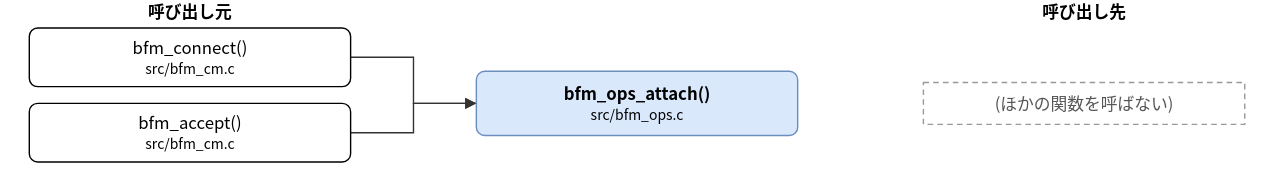
hf355051012-ai/bfmem keeps this draw.io diagram as doc/spec/images/call_src_bfm_ops__bfm_ops_attach.drawio.svg. Above is the earlier version. Source tidied: cells renumbered, new cells last; positions are measured from the earlier drawing's top-left corner, leaving out a move shared by most shapes. Source of this version:
```xml
<mxGraphModel>
  <root>
    <mxCell id="0" />
    <mxCell id="1" parent="0" />
    <mxCell id="2" value="bfm_ops_attach()&lt;br&gt;&lt;font style=&quot;font-size:10px&quot;&gt;src/bfm_ops.c&lt;/font&gt;" style="rounded=1;whiteSpace=wrap;html=1;fillColor=#dae8fc;strokeColor=#6c8ebf;fontStyle=1;" parent="1" vertex="1">
      <mxGeometry x="320" y="51" width="230" height="46" as="geometry" />
    </mxCell>
    <mxCell id="3" value="bfm_connect()&lt;br&gt;&lt;font style=&quot;font-size:10px&quot;&gt;src/bfm_cm.c&lt;/font&gt;" style="rounded=1;whiteSpace=wrap;html=1;" parent="1" vertex="1">
      <mxGeometry y="20" width="230" height="42" as="geometry" />
    </mxCell>
    <mxCell id="4" value="bfm_accept()&lt;br&gt;&lt;font style=&quot;font-size:10px&quot;&gt;src/bfm_cm.c&lt;/font&gt;" style="rounded=1;whiteSpace=wrap;html=1;" parent="1" vertex="1">
      <mxGeometry y="74" width="230" height="42" as="geometry" />
    </mxCell>
    <mxCell id="5" value="(ほかの関数を呼ばない)" style="rounded=0;whiteSpace=wrap;html=1;dashed=1;strokeColor=#999999;fontColor=#555555;dashed=1;" parent="1" vertex="1">
      <mxGeometry x="640" y="59" width="230" height="30" as="geometry" />
    </mxCell>
    <mxCell id="6" style="edgeStyle=none;html=1;rounded=0;endArrow=block;endFill=1;exitX=1.0000;exitY=0.5000;exitDx=0;exitDy=0;exitPerimeter=0;entryX=0.0000;entryY=0.5000;entryDx=0;entryDy=0;entryPerimeter=0;" parent="1" edge="1" source="3" target="2">
      <mxGeometry relative="1" as="geometry">
        <Array as="points">
          <mxPoint x="275" y="41" />
          <mxPoint x="275" y="74" />
        </Array>
      </mxGeometry>
    </mxCell>
    <mxCell id="7" style="edgeStyle=none;html=1;rounded=0;endArrow=block;endFill=1;exitX=1.0000;exitY=0.5000;exitDx=0;exitDy=0;exitPerimeter=0;entryX=0.0000;entryY=0.5000;entryDx=0;entryDy=0;entryPerimeter=0;" parent="1" edge="1" source="4" target="2">
      <mxGeometry relative="1" as="geometry">
        <Array as="points">
          <mxPoint x="275" y="95" />
          <mxPoint x="275" y="74" />
        </Array>
      </mxGeometry>
    </mxCell>
    <mxCell id="8" value="呼び出し元" style="text;html=1;align=center;fontStyle=1;" parent="1" vertex="1">
      <mxGeometry x="35" width="160" height="18" as="geometry" />
    </mxCell>
    <mxCell id="9" value="呼び出し先" style="text;html=1;align=center;fontStyle=1;" parent="1" vertex="1">
      <mxGeometry x="675" width="160" height="18" as="geometry" />
    </mxCell>
  </root>
</mxGraphModel>
```
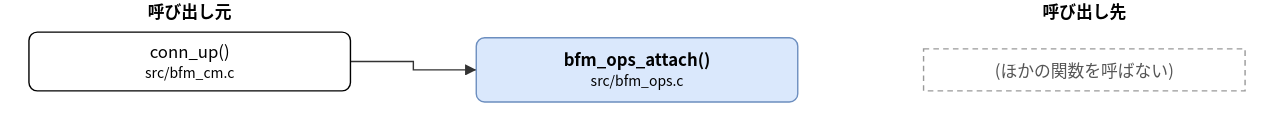
After the commit.

Diff of the diagram source:
```diff
@@ -3,33 +3,22 @@
     <mxCell id="0" />
     <mxCell id="1" parent="0" />
     <mxCell id="2" value="bfm_ops_attach()&lt;br&gt;&lt;font style=&quot;font-size:10px&quot;&gt;src/bfm_ops.c&lt;/font&gt;" style="rounded=1;whiteSpace=wrap;html=1;fillColor=#dae8fc;strokeColor=#6c8ebf;fontStyle=1;" parent="1" vertex="1">
-      <mxGeometry x="320" y="51" width="230" height="46" as="geometry" />
+      <mxGeometry x="320" y="27" width="230" height="46" as="geometry" />
     </mxCell>
-    <mxCell id="3" value="bfm_connect()&lt;br&gt;&lt;font style=&quot;font-size:10px&quot;&gt;src/bfm_cm.c&lt;/font&gt;" style="rounded=1;whiteSpace=wrap;html=1;" parent="1" vertex="1">
-      <mxGeometry y="20" width="230" height="42" as="geometry" />
+    <mxCell id="3" value="conn_up()&lt;br&gt;&lt;font style=&quot;font-size:10px&quot;&gt;src/bfm_cm.c&lt;/font&gt;" style="rounded=1;whiteSpace=wrap;html=1;" parent="1" vertex="1">
+      <mxGeometry y="23" width="230" height="42" as="geometry" />
     </mxCell>
-    <mxCell id="4" value="bfm_accept()&lt;br&gt;&lt;font style=&quot;font-size:10px&quot;&gt;src/bfm_cm.c&lt;/font&gt;" style="rounded=1;whiteSpace=wrap;html=1;" parent="1" vertex="1">
-      <mxGeometry y="74" width="230" height="42" as="geometry" />
-    </mxCell>
     <mxCell id="5" value="(ほかの関数を呼ばない)" style="rounded=0;whiteSpace=wrap;html=1;dashed=1;strokeColor=#999999;fontColor=#555555;dashed=1;" parent="1" vertex="1">
-      <mxGeometry x="640" y="59" width="230" height="30" as="geometry" />
+      <mxGeometry x="640" y="35" width="230" height="30" as="geometry" />
     </mxCell>
     <mxCell id="6" style="edgeStyle=none;html=1;rounded=0;endArrow=block;endFill=1;exitX=1.0000;exitY=0.5000;exitDx=0;exitDy=0;exitPerimeter=0;entryX=0.0000;entryY=0.5000;entryDx=0;entryDy=0;entryPerimeter=0;" parent="1" edge="1" source="3" target="2">
       <mxGeometry relative="1" as="geometry">
         <Array as="points">
-          <mxPoint x="275" y="41" />
-          <mxPoint x="275" y="74" />
+          <mxPoint x="275" y="44" />
+          <mxPoint x="275" y="50" />
         </Array>
       </mxGeometry>
     </mxCell>
-    <mxCell id="7" style="edgeStyle=none;html=1;rounded=0;endArrow=block;endFill=1;exitX=1.0000;exitY=0.5000;exitDx=0;exitDy=0;exitPerimeter=0;entryX=0.0000;entryY=0.5000;entryDx=0;entryDy=0;entryPerimeter=0;" parent="1" edge="1" source="4" target="2">
-      <mxGeometry relative="1" as="geometry">
-        <Array as="points">
-          <mxPoint x="275" y="95" />
-          <mxPoint x="275" y="74" />
-        </Array>
-      </mxGeometry>
-    </mxCell>
     <mxCell id="8" value="呼び出し元" style="text;html=1;align=center;fontStyle=1;" parent="1" vertex="1">
       <mxGeometry x="35" width="160" height="18" as="geometry" />
     </mxCell>
```
